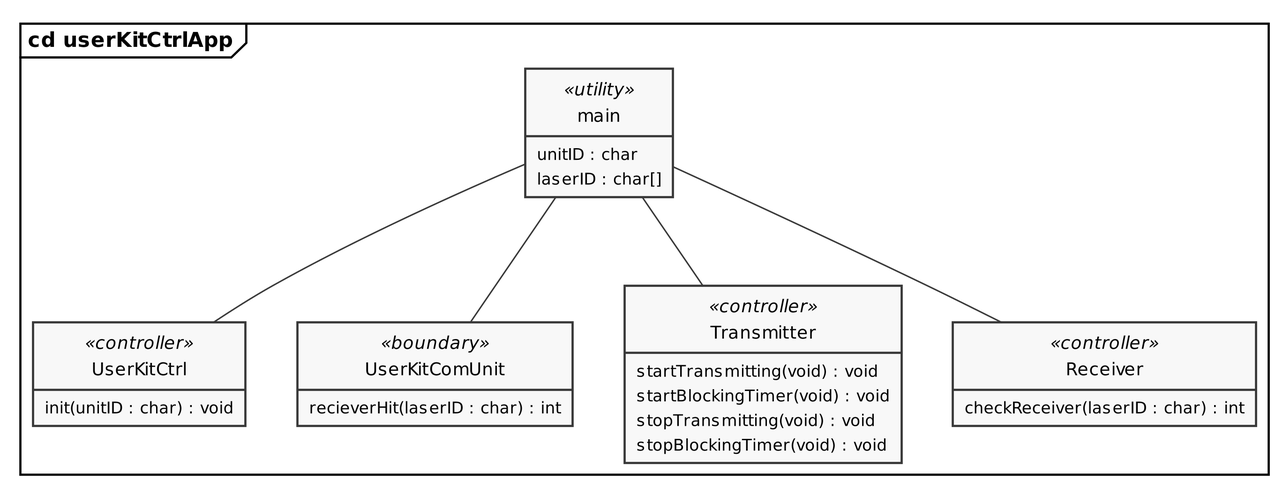
LasseKrarup/Laser-Tag-Project keeps this PlantUML diagram as PlantUML/out/UserKitCtrlApp_cd.png. Above is the earlier version.
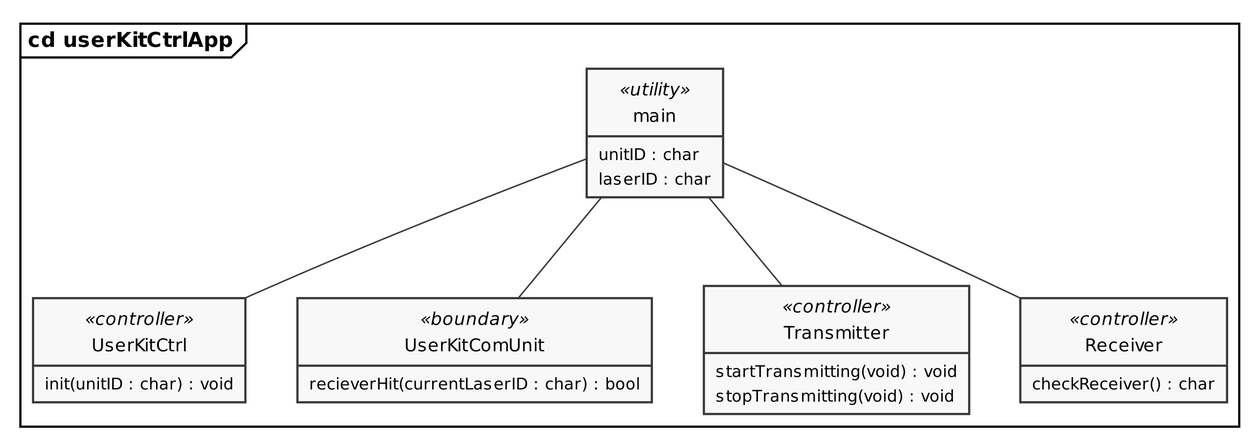
After the change.

The edit, as a diff of the source:
```diff
@@ -16,7 +16,7 @@
 
     class main <<utility>> {
         unitID : char
-        laserID : char[]
+        laserID : char
     }
 
     class UserKitCtrl <<controller>> {
@@ -24,18 +24,16 @@
     }
 
     class UserKitComUnit <<boundary>> {
-        recieverHit(laserID : char) : int
+        recieverHit(currentLaserID : char) : bool
     }
 
     class Transmitter <<controller>> {
         startTransmitting(void) : void
-        startBlockingTimer(void) : void
         stopTransmitting(void) : void
-        stopBlockingTimer(void) : void
     }
 
     class Receiver <<controller>> {
-        checkReceiver(laserID : char) : int
+        checkReceiver() : char
     }
 }
 
```
